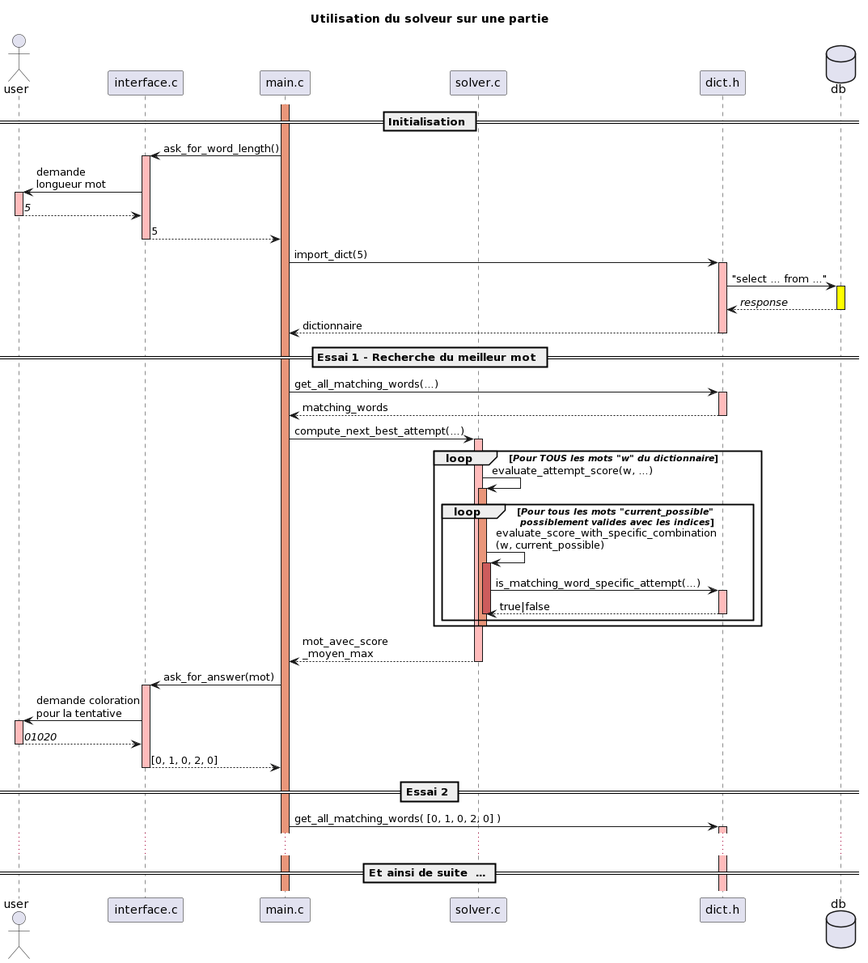
Before: documents/seq_solver_2.png, a diagram exported from PlantUML (Nicolas-Frache/MozaWordle). The source it was exported from:
```plantuml
@startuml
title Utilisation du solveur sur une partie


actor user
participant interface.c as ui
participant main.c as main
participant solver.c as solver
participant dict.h as dict
database db

activate main #DarkSalmon
== Initialisation ==
ui <- main : ask_for_word_length()
activate ui #FFBBBB
user <- ui : demande \nlongueur mot
activate user #FFBBBB
user --> ui : //5//
deactivate user
ui --> main : 5
deactivate ui


main -> dict : import_dict(5)
activate dict #FFBBBB
dict -> db : "select … from …"
activate db #Yellow
dict <-- db : <i>response</i>
deactivate db
main <-- dict : dictionnaire
deactivate dict

== Essai 1 - Recherche du meilleur mot ==
main -> dict : get_all_matching_words(…)
activate dict #FFBBBB
main <-- dict : matching_words
deactivate dict
main -> solver : compute_next_best_attempt(…)
loop //Pour TOUS les mots "w" du dictionnaire//
    activate solver #FFBBBB
    solver -> solver : evaluate_attempt_score(w, …)
    activate solver #DarkSalmon
    loop <i>Pour tous les mots "current_possible"</i>\n <i>possiblement valides avec les indices</i>
        solver -> solver : evaluate_score_with_specific_combination\n(w, current_possible)
        activate solver #IndianRed
        solver -> dict : is_matching_word_specific_attempt(…)
        activate dict #FFBBBB
        solver <-- dict : true|false
        deactivate dict
        deactivate solver
    end
    deactivate solver
end
main <-- solver : mot_avec_score\n_moyen_max
deactivate solver

ui <- main : ask_for_answer(mot)
activate ui #FFBBBB
user <- ui : demande coloration\npour la tentative
activate user #FFBBBB
user --> ui : //01020//
deactivate user
ui --> main : [0, 1, 0, 2, 0]
deactivate ui

== Essai 2 ==
main -> dict : get_all_matching_words( [0, 1, 0, 2, 0] )
activate dict #FFBBBB
...
== Et ainsi de suite  … ==
@enduml
```
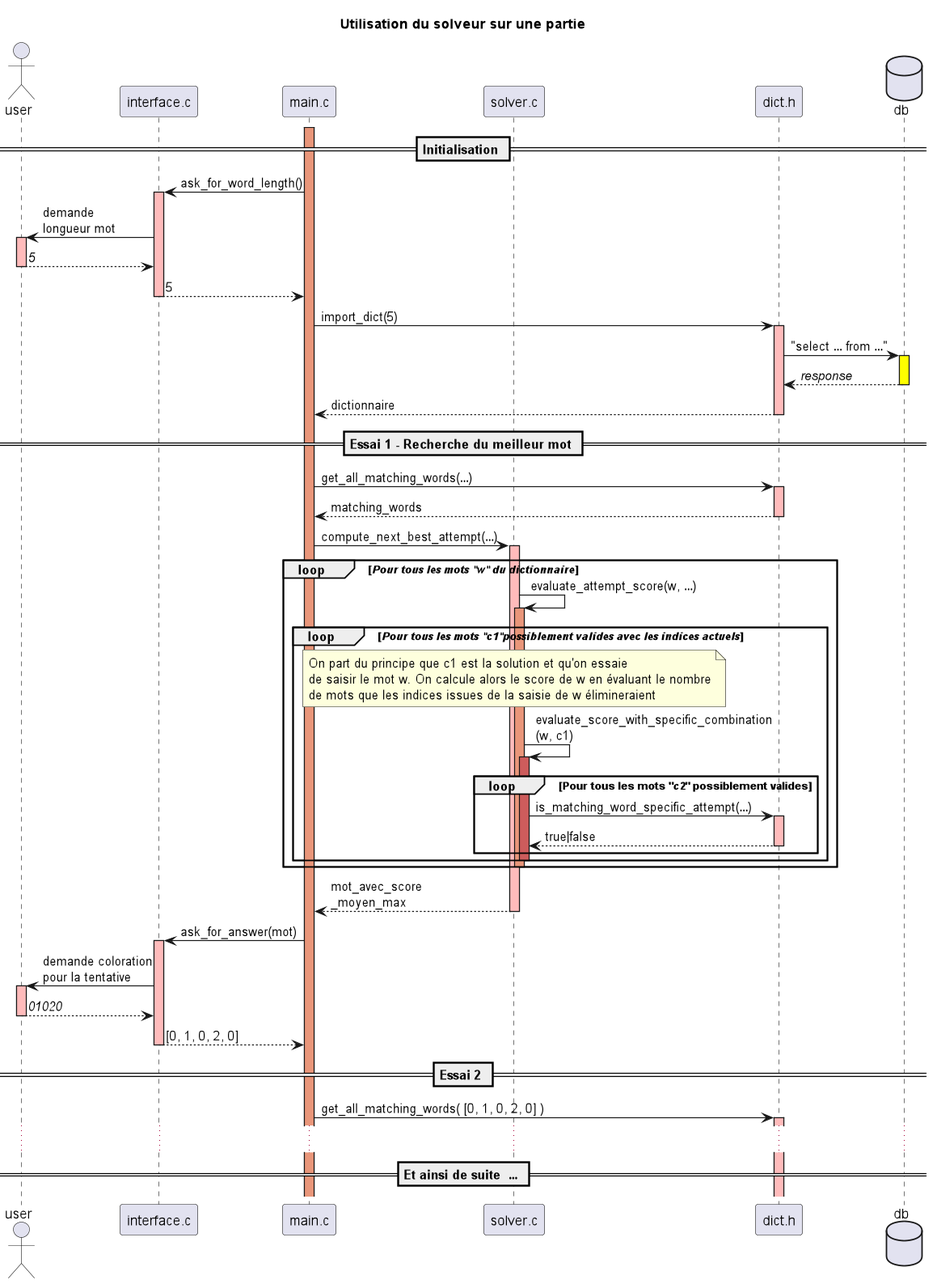
After the commit.

Commit message:
✨💡 NEW: Nouvelle structure pour les contraintes et doc

Diff of the diagram source:
```diff
@@ -1,4 +1,5 @@
 @startuml
+
 title Utilisation du solveur sur une partie
 
 
@@ -36,17 +37,24 @@
 main <-- dict : matching_words
 deactivate dict
 main -> solver : compute_next_best_attempt(…)
-loop //Pour TOUS les mots "w" du dictionnaire//
+loop //Pour tous les mots "w" du dictionnaire//
     activate solver #FFBBBB
     solver -> solver : evaluate_attempt_score(w, …)
     activate solver #DarkSalmon
-    loop <i>Pour tous les mots "current_possible"</i>\n <i>possiblement valides avec les indices</i>
-        solver -> solver : evaluate_score_with_specific_combination\n(w, current_possible)
+    loop <i>Pour tous les mots "c1"</i><i>possiblement valides avec les indices actuels</i>
+        note over solver
+            On part du principe que c1 est la solution et qu'on essaie
+            de saisir le mot w. On calcule alors le score de w en évaluant le nombre
+            de mots que les indices issues de la saisie de w élimineraient
+        end note
+        solver -> solver : evaluate_score_with_specific_combination\n(w, c1)
         activate solver #IndianRed
-        solver -> dict : is_matching_word_specific_attempt(…)
-        activate dict #FFBBBB
-        solver <-- dict : true|false
-        deactivate dict
+        loop Pour tous les mots "<i>c2</i>" possiblement valides
+            solver -> dict : is_matching_word_specific_attempt(…)
+            activate dict #FFBBBB
+            solver <-- dict : true|false
+            deactivate dict
+        end loop
         deactivate solver
     end
     deactivate solver
```
